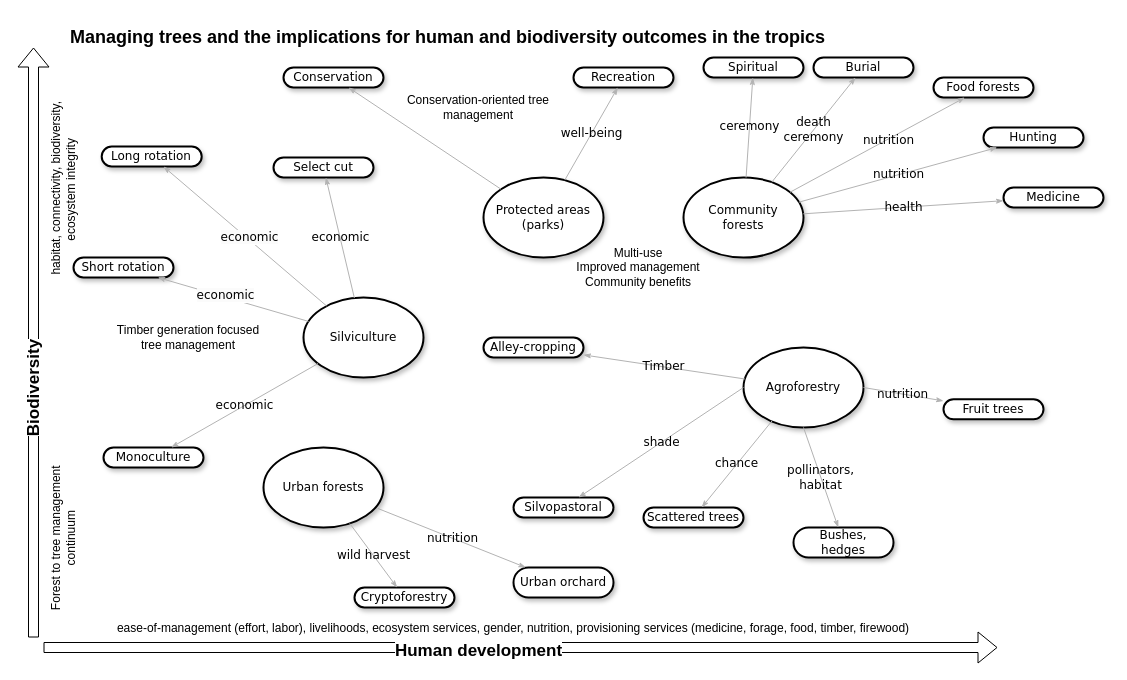
Earlier version of the draw.io diagram diagram_forestry.drawio (CWWhitney/ethnoforestry_agroforestry). Source tidied: cells renumbered, new cells numbered last; positions are measured from the earlier drawing's top-left corner, leaving out a move shared by most shapes. Both pictures are drawn from the tidied source at 100%, with x=0, y=0 at pixel (-27, 17).
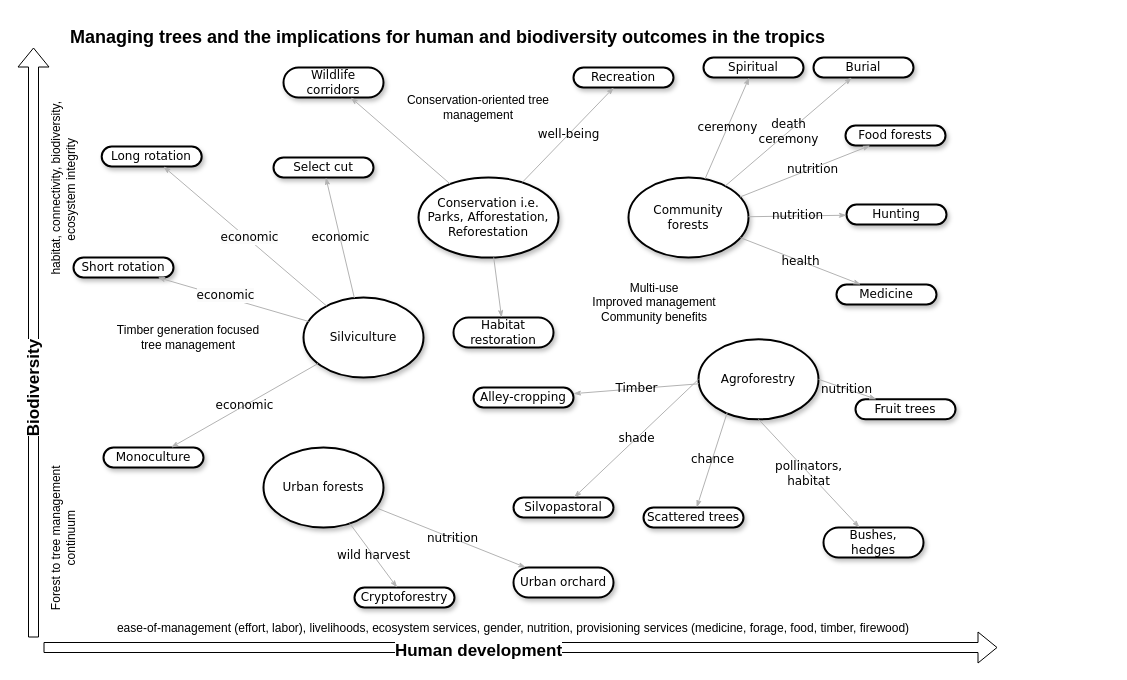
Above is the later version.

Diff of the diagram source:
```diff
@@
     <mxCell id="3" value="Community &lt;br&gt;forests" style="ellipse;whiteSpace=wrap;html=1;rounded=1;shadow=1;comic=0;labelBackgroundColor=none;strokeWidth=2;fontFamily=Verdana;fontSize=12;align=center;" parent="1" vertex="1">
-      <mxGeometry x="710" y="160" width="120" height="80" as="geometry" />
+      <mxGeometry x="655" y="160" width="120" height="80" as="geometry" />
     </mxCell>
     <mxCell id="4" value="&lt;span&gt;Agroforestry&lt;/span&gt;" style="ellipse;whiteSpace=wrap;html=1;rounded=1;shadow=1;comic=0;labelBackgroundColor=none;strokeWidth=2;fontFamily=Verdana;fontSize=12;align=center;" parent="1" vertex="1">
-      <mxGeometry x="770" y="330" width="120" height="80" as="geometry" />
+      <mxGeometry x="725" y="321.8" width="120" height="80" as="geometry" />
     </mxCell>
@@
     <mxCell id="9" value="&lt;span&gt;Fruit trees&lt;/span&gt;" style="whiteSpace=wrap;html=1;rounded=1;shadow=1;comic=0;labelBackgroundColor=none;strokeWidth=2;fontFamily=Verdana;fontSize=12;align=center;arcSize=50;" parent="1" vertex="1">
-      <mxGeometry x="970" y="381.8" width="100" height="20" as="geometry" />
+      <mxGeometry x="882" y="381.8" width="100" height="20" as="geometry" />
     </mxCell>
@@
     <mxCell id="11" value="&lt;span&gt;Food forests&lt;/span&gt;" style="whiteSpace=wrap;html=1;rounded=1;shadow=1;comic=0;labelBackgroundColor=none;strokeWidth=2;fontFamily=Verdana;fontSize=12;align=center;arcSize=50;" parent="1" vertex="1">
-      <mxGeometry x="960" y="60" width="100" height="20" as="geometry" />
+      <mxGeometry x="872" y="108" width="100" height="20" as="geometry" />
     </mxCell>
     <mxCell id="12" value="&lt;span&gt;Hunting&lt;/span&gt;" style="whiteSpace=wrap;html=1;rounded=1;shadow=1;comic=0;labelBackgroundColor=none;strokeWidth=2;fontFamily=Verdana;fontSize=12;align=center;arcSize=50;" parent="1" vertex="1">
-      <mxGeometry x="1010" y="110" width="100" height="20" as="geometry" />
+      <mxGeometry x="873" y="187" width="100" height="20" as="geometry" />
     </mxCell>
-    <mxCell id="13" style="edgeStyle=orthogonalEdgeStyle;rounded=0;jettySize=auto;html=1;exitX=0.5;exitY=0;exitDx=0;exitDy=0;" parent="1" edge="1" source="14">
-      <mxGeometry relative="1" as="geometry">
-        <mxPoint x="1080" y="180" as="targetPoint" />
-      </mxGeometry>
-    </mxCell>
     <mxCell id="14" value="&lt;span&gt;Medicine&lt;/span&gt;" style="whiteSpace=wrap;html=1;rounded=1;shadow=1;comic=0;labelBackgroundColor=none;strokeWidth=2;fontFamily=Verdana;fontSize=12;align=center;arcSize=50;" parent="1" vertex="1">
-      <mxGeometry x="1030" y="170" width="100" height="20" as="geometry" />
+      <mxGeometry x="863" y="267" width="100" height="20" as="geometry" />
     </mxCell>
@@
     <mxCell id="28" value="&lt;span&gt;Alley-cropping&lt;/span&gt;" style="whiteSpace=wrap;html=1;rounded=1;shadow=1;comic=0;labelBackgroundColor=none;strokeWidth=2;fontFamily=Verdana;fontSize=12;align=center;arcSize=50;" parent="1" vertex="1">
-      <mxGeometry x="510" y="320" width="100" height="20" as="geometry" />
+      <mxGeometry x="500" y="370" width="100" height="20" as="geometry" />
     </mxCell>
@@
     <mxCell id="40" value="&lt;span&gt;Bushes, &lt;br&gt;hedges&lt;/span&gt;" style="whiteSpace=wrap;html=1;rounded=1;shadow=1;comic=0;labelBackgroundColor=none;strokeWidth=2;fontFamily=Verdana;fontSize=12;align=center;arcSize=50;" parent="1" vertex="1">
-      <mxGeometry x="820" y="510" width="100" height="30" as="geometry" />
+      <mxGeometry x="850" y="510" width="100" height="30" as="geometry" />
     </mxCell>
@@
     <mxCell id="42" value="Multi-use&lt;br&gt;Improved management&lt;br&gt;Community benefits" style="text;html=1;strokeColor=none;fillColor=none;align=center;verticalAlign=middle;whiteSpace=wrap;rounded=0;" parent="1" vertex="1">
-      <mxGeometry x="590" y="220" width="150" height="60" as="geometry" />
+      <mxGeometry x="606" y="255" width="150" height="60" as="geometry" />
     </mxCell>
@@
-    <mxCell id="51" value="Protected areas (parks)" style="ellipse;whiteSpace=wrap;html=1;rounded=1;shadow=1;comic=0;labelBackgroundColor=none;strokeWidth=2;fontFamily=Verdana;fontSize=12;align=center;" parent="1" vertex="1">
-      <mxGeometry x="510" y="160" width="120" height="80" as="geometry" />
+    <mxCell id="51" value="Conservation i.e. Parks, Afforestation, Reforestation" style="ellipse;whiteSpace=wrap;html=1;rounded=1;shadow=1;comic=0;labelBackgroundColor=none;strokeWidth=2;fontFamily=Verdana;fontSize=12;align=center;" parent="1" vertex="1">
+      <mxGeometry x="445" y="160" width="140" height="80" as="geometry" />
     </mxCell>
-    <mxCell id="52" value="&lt;span&gt;Conservation&lt;/span&gt;" style="whiteSpace=wrap;html=1;rounded=1;shadow=1;comic=0;labelBackgroundColor=none;strokeWidth=2;fontFamily=Verdana;fontSize=12;align=center;arcSize=50;" parent="1" vertex="1">
-      <mxGeometry x="310" y="50" width="100" height="20" as="geometry" />
+    <mxCell id="52" value="&lt;span&gt;Wildlife corridors&lt;/span&gt;" style="whiteSpace=wrap;html=1;rounded=1;shadow=1;comic=0;labelBackgroundColor=none;strokeWidth=2;fontFamily=Verdana;fontSize=12;align=center;arcSize=50;" parent="1" vertex="1">
+      <mxGeometry x="310" y="50" width="100" height="30" as="geometry" />
     </mxCell>
@@
+    <mxCell id="59" value="Habitat restoration" style="whiteSpace=wrap;html=1;rounded=1;shadow=1;comic=0;labelBackgroundColor=none;strokeWidth=2;fontFamily=Verdana;fontSize=12;align=center;arcSize=50;" parent="1" vertex="1">
+      <mxGeometry x="480" y="300" width="100" height="30" as="geometry" />
+    </mxCell>
+    <mxCell id="60" style="edgeStyle=none;rounded=1;html=1;labelBackgroundColor=none;startArrow=none;startFill=0;startSize=5;endArrow=classicThin;endFill=1;endSize=5;jettySize=auto;strokeColor=#B3B3B3;strokeWidth=1;fontFamily=Verdana;fontSize=12;" parent="1" edge="1" source="51" target="59">
+      <mxGeometry x="0.01" relative="1" as="geometry" />
+    </mxCell>
```
